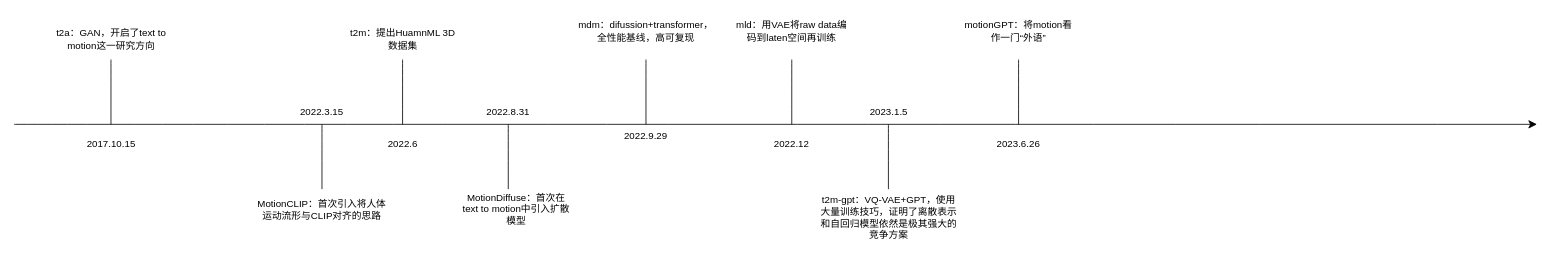
177-Liukuan/algorithm keeps this draw.io diagram as 时间流程图t2m.drawio. Above is the earlier version. Source tidied: cells renumbered, new cells numbered last; positions are measured from the earlier drawing's top-left corner, leaving out a move shared by most shapes. Both pictures are drawn from the tidied source at 81%, with x=0, y=0 at pixel (14, 19).
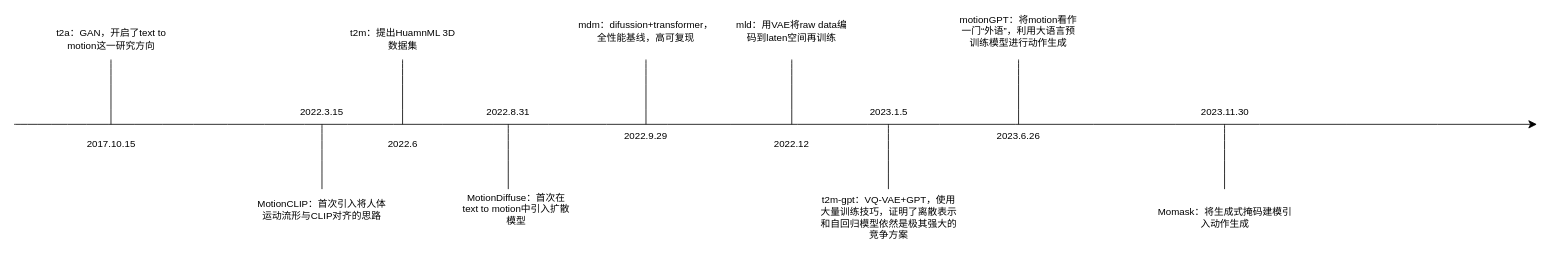
Above is the later version.

Commit message:
更新时间流程图t2m.drawio

The edit, as a diff of the source:
```diff
@@
     <mxCell id="16" value="2023.6.26" style="text;html=1;whiteSpace=wrap;strokeColor=none;fillColor=none;align=center;verticalAlign=middle;rounded=0;" parent="1" vertex="1">
-      <mxGeometry x="1210" y="140" width="60" height="30" as="geometry" />
+      <mxGeometry x="1210" y="130" width="60" height="30" as="geometry" />
     </mxCell>
-    <mxCell id="17" value="motionGPT：将motion看作一门“外语&lt;span style=&quot;background-color: transparent; color: light-dark(rgb(0, 0, 0), rgb(255, 255, 255));&quot;&gt;”&lt;/span&gt;" style="text;html=1;whiteSpace=wrap;strokeColor=none;fillColor=none;align=center;verticalAlign=middle;rounded=0;" parent="1" vertex="1">
-      <mxGeometry x="1170" width="140" height="30" as="geometry" />
+    <mxCell id="17" value="motionGPT：将motion看作一门“外语&lt;span style=&quot;background-color: transparent; color: light-dark(rgb(0, 0, 0), rgb(255, 255, 255));&quot;&gt;”，利用大语言预训练模型进行动作生成&lt;/span&gt;" style="text;html=1;whiteSpace=wrap;strokeColor=none;fillColor=none;align=center;verticalAlign=middle;rounded=0;" parent="1" vertex="1">
+      <mxGeometry x="1165" width="150" height="30" as="geometry" />
     </mxCell>
@@
+    <mxCell id="27" value="Momask：将生成式掩码建模引入动作生成" style="text;html=1;whiteSpace=wrap;strokeColor=none;fillColor=none;align=center;verticalAlign=middle;rounded=0;" parent="1" vertex="1">
+      <mxGeometry x="1410" y="230" width="170" height="30" as="geometry" />
+    </mxCell>
+    <mxCell id="28" style="endArrow=none;html=1;rounded=0;fontSize=12;startSize=8;endSize=8;curved=1;" parent="1" edge="1">
+      <mxGeometry relative="1" as="geometry">
+        <mxPoint x="1494.3" y="130" as="sourcePoint" />
+        <mxPoint x="1494.3" y="210" as="targetPoint" />
+      </mxGeometry>
+    </mxCell>
+    <mxCell id="29" value="2023.11.30" style="text;html=1;whiteSpace=wrap;strokeColor=none;fillColor=none;align=center;verticalAlign=middle;rounded=0;" parent="1" vertex="1">
+      <mxGeometry x="1465" y="100" width="60" height="30" as="geometry" />
+    </mxCell>
```
